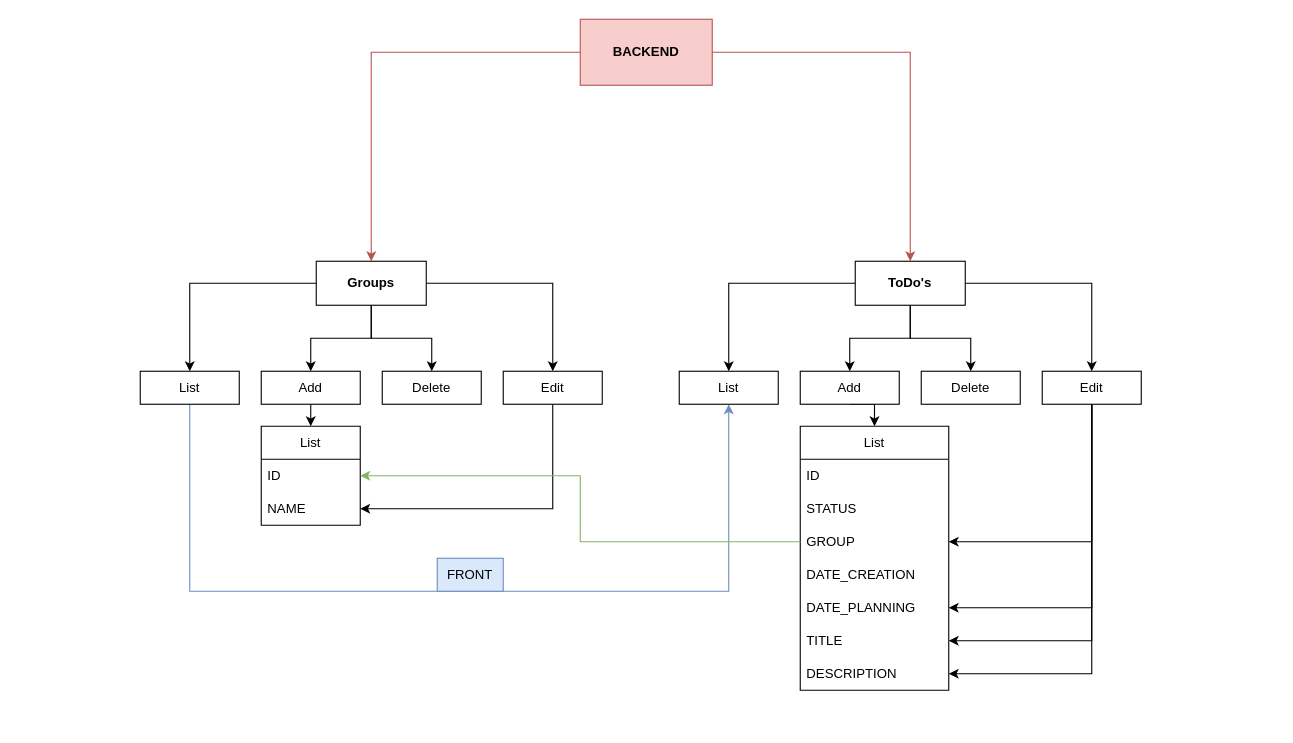
Above: todo_backend.drawio in 23vbq/todo-vue-rails (draw.io), before the change. Source tidied: cells renumbered, new cells numbered last; positions are measured from the earlier drawing's top-left corner, leaving out a move shared by most shapes. Both pictures are drawn from the tidied source at 110%, with x=0, y=0 at pixel (140, 19).
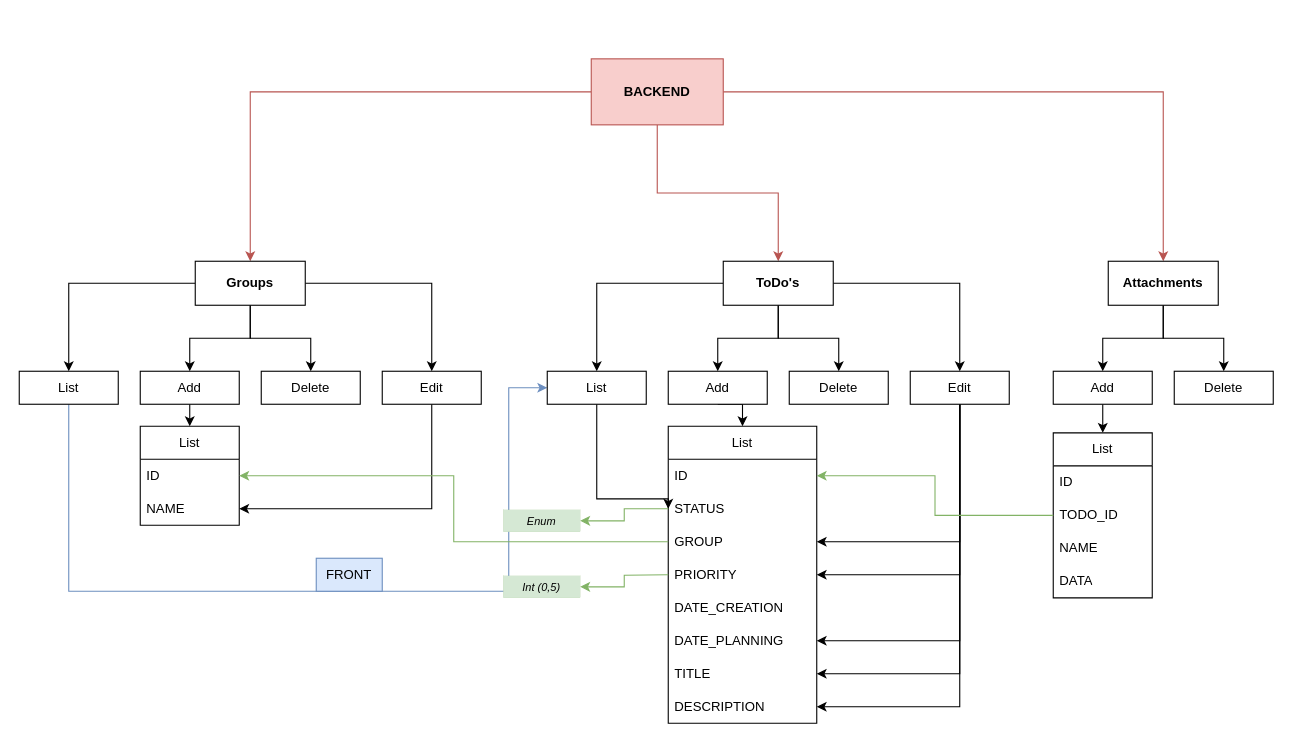
After the change.

Commit message:
backend scheme - added attachments

The change refers to these unchanged cells:
```xml
<mxCell id="36" value="ID" style="text;strokeColor=none;fillColor=none;align=left;verticalAlign=middle;spacingLeft=4;spacingRight=4;overflow=hidden;points=[[0,0.5],[1,0.5]];portConstraint=eastwest;whiteSpace=wrap;html=1;" parent="35" vertex="1">
  <mxGeometry y="30" width="135" height="30" as="geometry" />
</mxCell>
<mxCell id="37" value="STATUS" style="text;strokeColor=none;fillColor=none;align=left;verticalAlign=middle;spacingLeft=4;spacingRight=4;overflow=hidden;points=[[0,0.5],[1,0.5]];portConstraint=eastwest;whiteSpace=wrap;html=1;" parent="35" vertex="1">
  <mxGeometry y="60" width="135" height="30" as="geometry" />
</mxCell>
```

Diff of the diagram source:
```diff
@@
-    <mxCell id="3" style="edgeStyle=orthogonalEdgeStyle;rounded=0;jettySize=auto;html=1;exitX=1;exitY=0.5;exitDx=0;exitDy=0;entryX=0.5;entryY=0;entryDx=0;entryDy=0;fillColor=#f8cecc;strokeColor=#b85450;" parent="1" edge="1" source="4" target="24">
+    <mxCell id="3" style="edgeStyle=orthogonalEdgeStyle;rounded=0;jettySize=auto;html=1;exitX=0.5;exitY=1;exitDx=0;exitDy=0;entryX=0.5;entryY=0;entryDx=0;entryDy=0;fillColor=#f8cecc;strokeColor=#b85450;" parent="1" edge="1" source="4" target="24">
       <mxGeometry relative="1" as="geometry" />
     </mxCell>
+    <mxCell id="44" style="edgeStyle=orthogonalEdgeStyle;rounded=0;jettySize=auto;html=1;entryX=0.5;entryY=0;entryDx=0;entryDy=0;fillColor=#f8cecc;strokeColor=#b85450;" parent="1" edge="1" source="4" target="54">
+      <mxGeometry relative="1" as="geometry" />
+    </mxCell>
     <mxCell id="4" value="&lt;b&gt;BACKEND&lt;/b&gt;" style="rounded=0;whiteSpace=wrap;html=1;fillColor=#f8cecc;strokeColor=#b85450;" parent="1" vertex="1">
-      <mxGeometry x="400" width="120" height="60" as="geometry" />
+      <mxGeometry x="410" y="36" width="120" height="60" as="geometry" />
     </mxCell>
@@
     <mxCell id="9" value="Groups" style="rounded=0;whiteSpace=wrap;html=1;fontStyle=1;" parent="1" vertex="1">
-      <mxGeometry x="160" y="220" width="100" height="40" as="geometry" />
+      <mxGeometry x="50" y="220" width="100" height="40" as="geometry" />
     </mxCell>
-    <mxCell id="10" style="edgeStyle=orthogonalEdgeStyle;rounded=0;jettySize=auto;html=1;entryX=0.5;entryY=1;entryDx=0;entryDy=0;fillColor=#dae8fc;strokeColor=#6c8ebf;" parent="1" edge="1" source="11" target="25">
+    <mxCell id="10" style="edgeStyle=orthogonalEdgeStyle;rounded=0;jettySize=auto;html=1;entryX=0;entryY=0.5;entryDx=0;entryDy=0;fillColor=#dae8fc;strokeColor=#6c8ebf;" parent="1" edge="1" source="11" target="25">
       <mxGeometry relative="1" as="geometry">
         <Array as="points">
-          <mxPoint x="45" y="520" />
-          <mxPoint x="535" y="520" />
+          <mxPoint x="-65" y="520" />
+          <mxPoint x="335" y="520" />
+          <mxPoint x="335" y="335" />
         </Array>
       </mxGeometry>
     </mxCell>
     <mxCell id="11" value="List" style="rounded=0;whiteSpace=wrap;html=1;" parent="1" vertex="1">
-      <mxGeometry y="320" width="90" height="30" as="geometry" />
+      <mxGeometry x="-110" y="320" width="90" height="30" as="geometry" />
     </mxCell>
@@
     <mxCell id="13" value="Add" style="rounded=0;whiteSpace=wrap;html=1;" parent="1" vertex="1">
-      <mxGeometry x="110" y="320" width="90" height="30" as="geometry" />
+      <mxGeometry y="320" width="90" height="30" as="geometry" />
     </mxCell>
     <mxCell id="14" value="Delete" style="rounded=0;whiteSpace=wrap;html=1;" parent="1" vertex="1">
-      <mxGeometry x="220" y="320" width="90" height="30" as="geometry" />
+      <mxGeometry x="110" y="320" width="90" height="30" as="geometry" />
     </mxCell>
     <mxCell id="15" value="&lt;div&gt;List&lt;/div&gt;" style="swimlane;fontStyle=0;horizontal=1;startSize=30;whiteSpace=wrap;html=1;" parent="1" vertex="1">
-      <mxGeometry x="110" y="370" width="90" height="90" as="geometry" />
+      <mxGeometry y="370" width="90" height="90" as="geometry" />
     </mxCell>
@@
     <mxCell id="19" value="Edit" style="rounded=0;whiteSpace=wrap;html=1;" parent="1" vertex="1">
-      <mxGeometry x="330" y="320" width="90" height="30" as="geometry" />
+      <mxGeometry x="220" y="320" width="90" height="30" as="geometry" />
     </mxCell>
@@
     <mxCell id="24" value="ToDo's" style="rounded=0;whiteSpace=wrap;html=1;fontStyle=1;" parent="1" vertex="1">
-      <mxGeometry x="650" y="220" width="100" height="40" as="geometry" />
+      <mxGeometry x="530" y="220" width="100" height="40" as="geometry" />
     </mxCell>
+    <mxCell id="45" style="edgeStyle=orthogonalEdgeStyle;rounded=0;jettySize=auto;html=1;exitX=0.5;exitY=1;exitDx=0;exitDy=0;entryX=0;entryY=0.5;entryDx=0;entryDy=0;" parent="1" edge="1" source="25" target="37">
+      <mxGeometry relative="1" as="geometry">
+        <Array as="points">
+          <mxPoint x="415" y="436" />
+          <mxPoint x="480" y="436" />
+        </Array>
+      </mxGeometry>
+    </mxCell>
     <mxCell id="25" value="List" style="rounded=0;whiteSpace=wrap;html=1;" parent="1" vertex="1">
-      <mxGeometry x="490" y="320" width="90" height="30" as="geometry" />
+      <mxGeometry x="370" y="320" width="90" height="30" as="geometry" />
     </mxCell>
@@
     <mxCell id="27" value="Add" style="rounded=0;whiteSpace=wrap;html=1;" parent="1" vertex="1">
-      <mxGeometry x="600" y="320" width="90" height="30" as="geometry" />
+      <mxGeometry x="480" y="320" width="90" height="30" as="geometry" />
     </mxCell>
     <mxCell id="28" value="Delete" style="rounded=0;whiteSpace=wrap;html=1;" parent="1" vertex="1">
-      <mxGeometry x="710" y="320" width="90" height="30" as="geometry" />
+      <mxGeometry x="590" y="320" width="90" height="30" as="geometry" />
     </mxCell>
@@
+    <mxCell id="46" style="edgeStyle=orthogonalEdgeStyle;rounded=0;jettySize=auto;html=1;entryX=1;entryY=0.5;entryDx=0;entryDy=0;" parent="1" edge="1" source="33" target="47">
+      <mxGeometry relative="1" as="geometry" />
+    </mxCell>
     <mxCell id="33" value="Edit" style="rounded=0;whiteSpace=wrap;html=1;" parent="1" vertex="1">
-      <mxGeometry x="820" y="320" width="90" height="30" as="geometry" />
+      <mxGeometry x="700" y="320" width="90" height="30" as="geometry" />
     </mxCell>
     <mxCell id="34" value="FRONT" style="text;html=1;align=center;verticalAlign=middle;whiteSpace=wrap;rounded=0;fillColor=#dae8fc;strokeColor=#6c8ebf;" parent="1" vertex="1">
-      <mxGeometry x="270" y="490" width="60" height="30" as="geometry" />
+      <mxGeometry x="160" y="490" width="60" height="30" as="geometry" />
     </mxCell>
     <mxCell id="35" value="&lt;div&gt;List&lt;/div&gt;" style="swimlane;fontStyle=0;horizontal=1;startSize=30;whiteSpace=wrap;html=1;direction=east;" parent="1" vertex="1">
-      <mxGeometry x="600" y="370" width="135" height="240" as="geometry" />
+      <mxGeometry x="480" y="370" width="135" height="270" as="geometry" />
     </mxCell>
@@
+    <mxCell id="47" value="PRIORITY" style="text;strokeColor=none;fillColor=none;align=left;verticalAlign=middle;spacingLeft=4;spacingRight=4;overflow=hidden;points=[[0,0.5],[1,0.5]];portConstraint=eastwest;whiteSpace=wrap;html=1;" parent="35" vertex="1">
+      <mxGeometry y="120" width="135" height="30" as="geometry" />
+    </mxCell>
     <mxCell id="39" value="DATE_CREATION" style="text;strokeColor=none;fillColor=none;align=left;verticalAlign=middle;spacingLeft=4;spacingRight=4;overflow=hidden;whiteSpace=wrap;html=1;" parent="35" vertex="1">
-      <mxGeometry y="120" width="135" height="30" as="geometry" />
+      <mxGeometry y="150" width="135" height="30" as="geometry" />
     </mxCell>
     <mxCell id="40" value="DATE_PLANNING" style="text;strokeColor=none;fillColor=none;align=left;verticalAlign=middle;spacingLeft=4;spacingRight=4;overflow=hidden;points=[[0,0.5],[1,0.5]];portConstraint=eastwest;whiteSpace=wrap;html=1;" parent="35" vertex="1">
-      <mxGeometry y="150" width="135" height="30" as="geometry" />
+      <mxGeometry y="180" width="135" height="30" as="geometry" />
     </mxCell>
     <mxCell id="41" value="TITLE" style="text;strokeColor=none;fillColor=none;align=left;verticalAlign=middle;spacingLeft=4;spacingRight=4;overflow=hidden;points=[[0,0.5],[1,0.5]];portConstraint=eastwest;whiteSpace=wrap;html=1;" parent="35" vertex="1">
-      <mxGeometry y="180" width="135" height="30" as="geometry" />
+      <mxGeometry y="210" width="135" height="30" as="geometry" />
     </mxCell>
     <mxCell id="42" value="DESCRIPTION" style="text;strokeColor=none;fillColor=none;align=left;verticalAlign=middle;spacingLeft=4;spacingRight=4;overflow=hidden;points=[[0,0.5],[1,0.5]];portConstraint=eastwest;whiteSpace=wrap;html=1;" parent="35" vertex="1">
-      <mxGeometry y="210" width="135" height="30" as="geometry" />
+      <mxGeometry y="240" width="135" height="30" as="geometry" />
     </mxCell>
@@
+    <mxCell id="48" value="Enum" style="whiteSpace=wrap;html=1;fillColor=#d5e8d4;strokeColor=#82b366;strokeWidth=0;fontStyle=2;fontSize=10;" parent="1" vertex="1">
+      <mxGeometry x="330" y="446" width="70" height="20" as="geometry" />
+    </mxCell>
+    <mxCell id="49" style="edgeStyle=orthogonalEdgeStyle;rounded=0;jettySize=auto;html=1;exitX=0;exitY=0.5;exitDx=0;exitDy=0;fillColor=#d5e8d4;strokeColor=#82b366;" parent="1" edge="1" source="37" target="48">
+      <mxGeometry relative="1" as="geometry" />
+    </mxCell>
+    <mxCell id="50" value="Int (0,5)" style="whiteSpace=wrap;html=1;fillColor=#d5e8d4;strokeColor=#82b366;strokeWidth=0;fontStyle=2;fontSize=10;" parent="1" vertex="1">
+      <mxGeometry x="330" y="506" width="70" height="20" as="geometry" />
+    </mxCell>
+    <mxCell id="51" style="edgeStyle=orthogonalEdgeStyle;rounded=0;jettySize=auto;html=1;exitX=0;exitY=0.5;exitDx=0;exitDy=0;fillColor=#d5e8d4;strokeColor=#82b366;" parent="1" edge="1" target="50">
+      <mxGeometry relative="1" as="geometry">
+        <mxPoint x="480" y="505" as="sourcePoint" />
+      </mxGeometry>
+    </mxCell>
+    <mxCell id="52" style="edgeStyle=orthogonalEdgeStyle;rounded=0;jettySize=auto;html=1;entryX=0.5;entryY=0;entryDx=0;entryDy=0;" parent="1" edge="1" source="54" target="56">
+      <mxGeometry relative="1" as="geometry" />
+    </mxCell>
+    <mxCell id="53" style="edgeStyle=orthogonalEdgeStyle;rounded=0;jettySize=auto;html=1;exitX=0.5;exitY=1;exitDx=0;exitDy=0;entryX=0.5;entryY=0;entryDx=0;entryDy=0;" parent="1" edge="1" source="54" target="57">
+      <mxGeometry relative="1" as="geometry" />
+    </mxCell>
+    <mxCell id="54" value="Attachments" style="rounded=0;whiteSpace=wrap;html=1;fontStyle=1;" parent="1" vertex="1">
+      <mxGeometry x="880" y="220" width="100" height="40" as="geometry" />
+    </mxCell>
+    <mxCell id="55" style="edgeStyle=orthogonalEdgeStyle;rounded=0;jettySize=auto;html=1;exitX=0.5;exitY=1;exitDx=0;exitDy=0;entryX=0.5;entryY=0;entryDx=0;entryDy=0;" parent="1" edge="1" source="56" target="58">
+      <mxGeometry relative="1" as="geometry" />
+    </mxCell>
+    <mxCell id="56" value="Add" style="rounded=0;whiteSpace=wrap;html=1;" parent="1" vertex="1">
+      <mxGeometry x="830" y="320" width="90" height="30" as="geometry" />
+    </mxCell>
+    <mxCell id="57" value="Delete" style="rounded=0;whiteSpace=wrap;html=1;" parent="1" vertex="1">
+      <mxGeometry x="940" y="320" width="90" height="30" as="geometry" />
+    </mxCell>
+    <mxCell id="58" value="&lt;div&gt;List&lt;/div&gt;" style="swimlane;fontStyle=0;horizontal=1;startSize=30;whiteSpace=wrap;html=1;" parent="1" vertex="1">
+      <mxGeometry x="830" y="376" width="90" height="150" as="geometry" />
+    </mxCell>
+    <mxCell id="59" value="ID" style="text;strokeColor=none;fillColor=none;align=left;verticalAlign=middle;spacingLeft=4;spacingRight=4;overflow=hidden;whiteSpace=wrap;html=1;" parent="58" vertex="1">
+      <mxGeometry y="30" width="90" height="30" as="geometry" />
+    </mxCell>
+    <mxCell id="60" value="TODO_ID" style="text;strokeColor=none;fillColor=none;align=left;verticalAlign=middle;spacingLeft=4;spacingRight=4;overflow=hidden;points=[[0,0.5],[1,0.5]];portConstraint=eastwest;whiteSpace=wrap;html=1;" parent="58" vertex="1">
+      <mxGeometry y="60" width="90" height="30" as="geometry" />
+    </mxCell>
+    <mxCell id="61" value="NAME" style="text;strokeColor=none;fillColor=none;align=left;verticalAlign=middle;spacingLeft=4;spacingRight=4;overflow=hidden;whiteSpace=wrap;html=1;" parent="58" vertex="1">
+      <mxGeometry y="90" width="90" height="30" as="geometry" />
+    </mxCell>
+    <mxCell id="62" value="DATA" style="text;strokeColor=none;fillColor=none;align=left;verticalAlign=middle;spacingLeft=4;spacingRight=4;overflow=hidden;whiteSpace=wrap;html=1;" parent="58" vertex="1">
+      <mxGeometry y="120" width="90" height="30" as="geometry" />
+    </mxCell>
+    <mxCell id="63" style="edgeStyle=orthogonalEdgeStyle;rounded=0;jettySize=auto;html=1;entryX=1;entryY=0.5;entryDx=0;entryDy=0;fillColor=#d5e8d4;strokeColor=#82b366;" parent="1" edge="1" source="60" target="36">
+      <mxGeometry relative="1" as="geometry" />
+    </mxCell>
```
